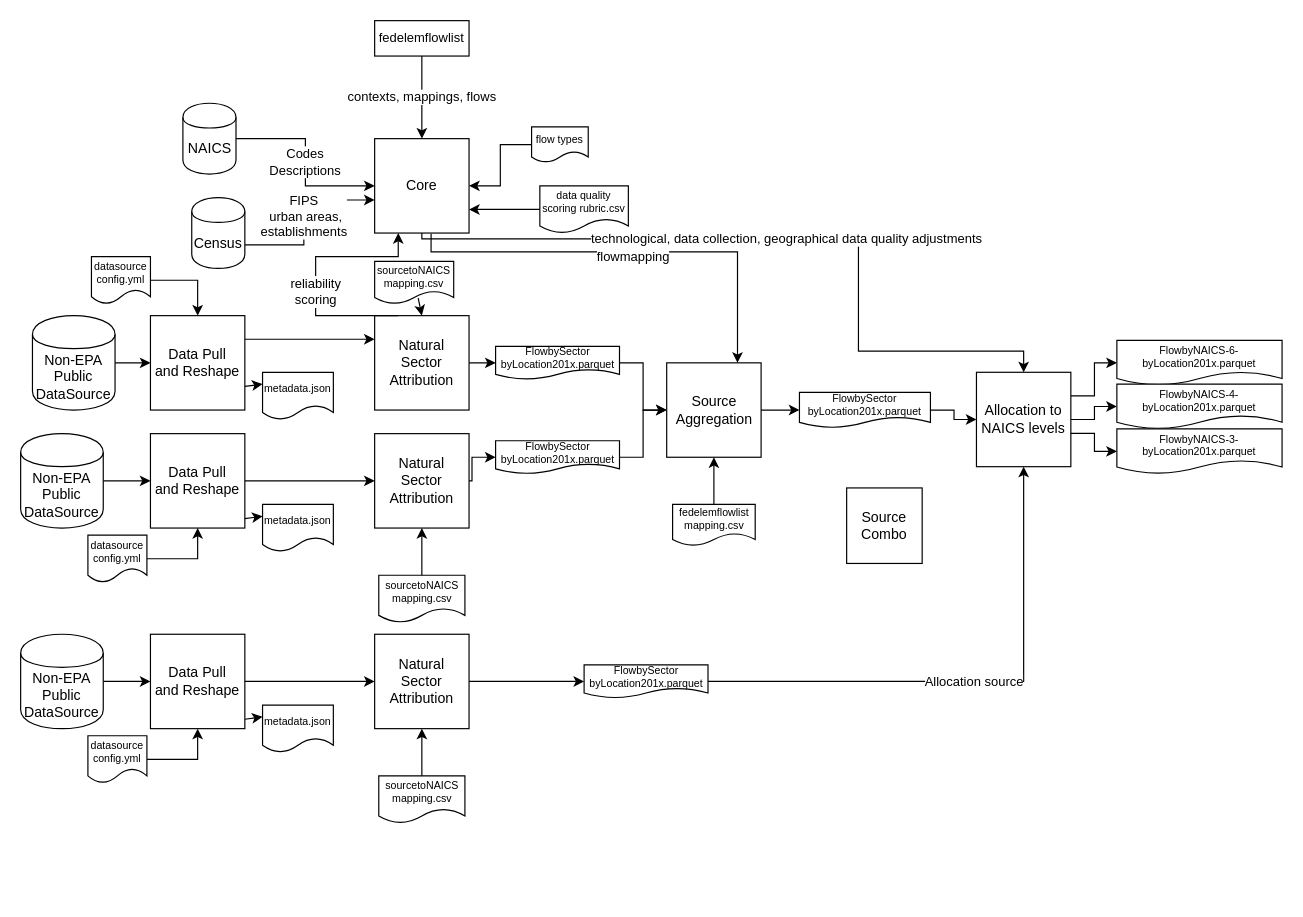
Above: FLOWSA.drawio in WesIngwersen/FLOWSA_design (draw.io), before the change. Source tidied: cells renumbered, new cells numbered last; positions are measured from the earlier drawing's top-left corner, leaving out a move shared by most shapes. Both pictures are drawn from the tidied source at 118%, with x=0, y=0 at pixel (20, 20).
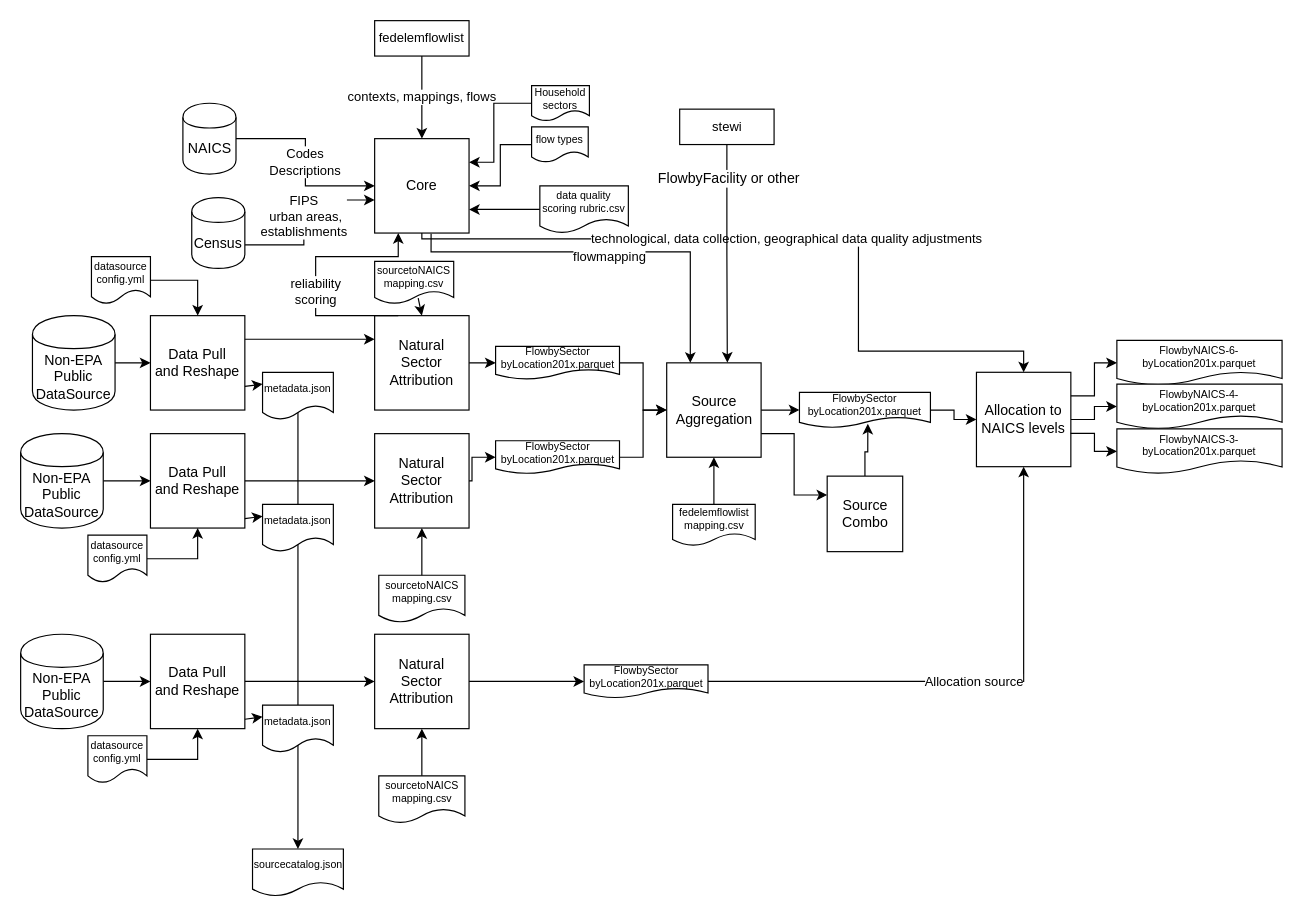
The same page after the edit.

The change refers to these unchanged cells:
```xml
<mxCell id="7" value="metadata.json" style="shape=document;whiteSpace=wrap;html=1;boundedLbl=1;fontSize=9;" parent="1" vertex="1">
  <mxGeometry x="205" y="298" width="60" height="40" as="geometry" />
</mxCell>
<mxCell id="14" value="FlowbySector&lt;br&gt;byLocation201x.parquet" style="shape=document;whiteSpace=wrap;html=1;boundedLbl=1;fontSize=9;" parent="1" vertex="1">
  <mxGeometry x="660" y="315" width="111" height="30" as="geometry" />
</mxCell>
<mxCell id="16" value="Core" style="whiteSpace=wrap;html=1;" parent="1" vertex="1">
  <mxGeometry x="300" y="100" width="80" height="80" as="geometry" />
</mxCell>
<mxCell id="36" value="Source&lt;br&gt;Aggregation" style="whiteSpace=wrap;html=1;" parent="1" vertex="1">
  <mxGeometry x="547.5" y="290" width="80" height="80" as="geometry" />
</mxCell>
```

Diff of the diagram source:
```diff
@@
+    <mxCell id="72" style="edgeStyle=orthogonalEdgeStyle;rounded=0;jettySize=auto;html=1;exitX=1;exitY=0.5;exitDx=0;exitDy=0;entryX=0.5;entryY=0;entryDx=0;entryDy=0;" parent="1" edge="1" source="7" target="77">
+      <mxGeometry relative="1" as="geometry">
+        <Array as="points">
+          <mxPoint x="235" y="318" />
+        </Array>
+      </mxGeometry>
+    </mxCell>
@@
+    <mxCell id="73" style="edgeStyle=orthogonalEdgeStyle;rounded=0;jettySize=auto;html=1;exitX=1;exitY=0.75;exitDx=0;exitDy=0;entryX=0;entryY=0.25;entryDx=0;entryDy=0;" parent="1" edge="1" source="36" target="71">
+      <mxGeometry relative="1" as="geometry" />
+    </mxCell>
@@
-    <mxCell id="51" value="flowmapping" style="edgeStyle=orthogonalEdgeStyle;rounded=0;jettySize=auto;html=1;fontSize=11;exitX=0.75;exitY=0;exitDx=0;exitDy=0;startArrow=classic;startFill=1;endArrow=none;endFill=0;entryX=0.598;entryY=1.008;entryDx=0;entryDy=0;entryPerimeter=0;" parent="1" edge="1" source="36" target="16">
+    <mxCell id="51" value="flowmapping" style="edgeStyle=orthogonalEdgeStyle;rounded=0;jettySize=auto;html=1;fontSize=11;exitX=0.25;exitY=0;exitDx=0;exitDy=0;startArrow=classic;startFill=1;endArrow=none;endFill=0;entryX=0.598;entryY=1.008;entryDx=0;entryDy=0;entryPerimeter=0;" parent="1" edge="1" source="36" target="16">
       <mxGeometry x="-0.01" y="4" relative="1" as="geometry">
         <Array as="points">
-          <mxPoint x="608" y="196" />
+          <mxPoint x="568" y="196" />
           <mxPoint x="348" y="196" />
         </Array>
       </mxGeometry>
     </mxCell>
@@
+    <mxCell id="74" style="edgeStyle=orthogonalEdgeStyle;rounded=0;jettySize=auto;html=1;exitX=0.5;exitY=0;exitDx=0;exitDy=0;entryX=0.522;entryY=0.888;entryDx=0;entryDy=0;entryPerimeter=0;" parent="1" edge="1" source="71" target="14">
+      <mxGeometry relative="1" as="geometry" />
+    </mxCell>
     <mxCell id="71" value="Source&lt;br&gt;Combo" style="whiteSpace=wrap;html=1;" parent="1" vertex="1">
-      <mxGeometry x="700" y="396" width="64" height="64" as="geometry" />
+      <mxGeometry x="683.5" y="386" width="64" height="64" as="geometry" />
     </mxCell>
+    <mxCell id="75" value="Household sectors" style="shape=document;whiteSpace=wrap;html=1;boundedLbl=1;fontSize=9;" parent="1" vertex="1">
+      <mxGeometry x="433" y="55" width="49" height="30" as="geometry" />
+    </mxCell>
+    <mxCell id="76" style="edgeStyle=orthogonalEdgeStyle;rounded=0;jettySize=auto;html=1;exitX=0;exitY=0.5;exitDx=0;exitDy=0;entryX=1;entryY=0.25;entryDx=0;entryDy=0;" parent="1" edge="1" source="75" target="16">
+      <mxGeometry relative="1" as="geometry">
+        <Array as="points">
+          <mxPoint x="401" y="70" />
+          <mxPoint x="401" y="120" />
+        </Array>
+      </mxGeometry>
+    </mxCell>
+    <mxCell id="77" value="sourcecatalog.json" style="shape=document;whiteSpace=wrap;html=1;boundedLbl=1;fontSize=9;" parent="1" vertex="1">
+      <mxGeometry x="196.5" y="702" width="77" height="40" as="geometry" />
+    </mxCell>
+    <mxCell id="78" style="edgeStyle=orthogonalEdgeStyle;rounded=0;jettySize=auto;html=1;entryX=0.642;entryY=-0.002;entryDx=0;entryDy=0;entryPerimeter=0;" parent="1" edge="1" source="80" target="36">
+      <mxGeometry relative="1" as="geometry" />
+    </mxCell>
+    <mxCell id="79" value="FlowbyFacility or other" style="text;html=1;align=center;verticalAlign=middle;labelBackgroundColor=#ffffff;" parent="78" vertex="1">
+      <mxGeometry x="0.01" y="65" relative="1" as="geometry">
+        <mxPoint x="-64" y="-65" as="offset" />
+      </mxGeometry>
+    </mxCell>
+    <mxCell id="80" value="stewi" style="rounded=0;whiteSpace=wrap;html=1;fontSize=11;" parent="1" vertex="1">
+      <mxGeometry x="558.5" y="75" width="80" height="30" as="geometry" />
+    </mxCell>
```
